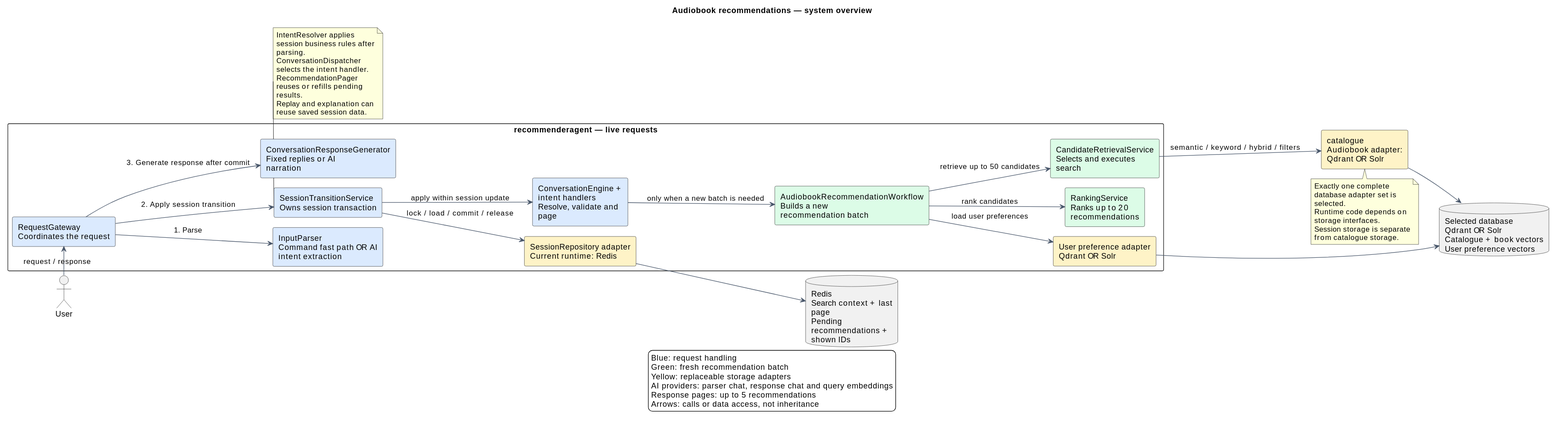
This is docs/diagrams/system-overview.svg from Juliu9/IT-Project, a PlantUML export, as it was before one commit.
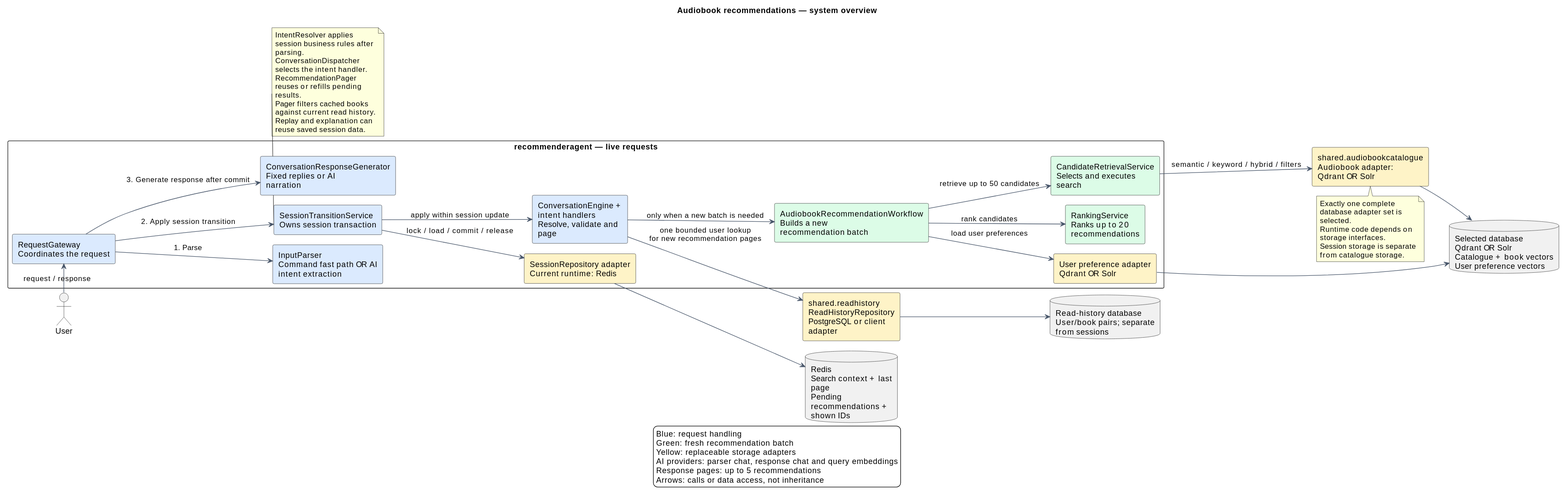
After the change.

The edit, as a diff of the source:
```diff
@@ -23,9 +23,11 @@
   component "User preference adapter\nQdrant OR Solr" as UserAdapter #FEF3C7
   component "SessionRepository adapter\nCurrent runtime: Redis" as SessionStore #FEF3C7
 }
-component "catalogue\nAudiobook adapter: Qdrant OR Solr" as Adapter #FEF3C7
+component "shared.audiobookcatalogue\nAudiobook adapter: Qdrant OR Solr" as Adapter #FEF3C7
+component "shared.readhistory\nReadHistoryRepository\nPostgreSQL or client adapter" as ReadHistory #FEF3C7
 database "Selected database\nQdrant OR Solr\nCatalogue + book vectors\nUser preference vectors" as Qdrant
 database "Redis\nSearch context + last page\nPending recommendations + shown IDs" as Redis
+database "Read-history database\nUser/book pairs; separate from sessions" as HistoryDatabase
 
 User -right-> Gateway : request / response
 Gateway --> Parser : 1. Parse
@@ -33,6 +35,8 @@
 Session --> SessionStore : lock / load / commit / release
 SessionStore --> Redis
 Session --> Engine : apply within session update
+Engine --> ReadHistory : one bounded user lookup\nfor new recommendation pages
+ReadHistory --> HistoryDatabase
 Engine --> Workflow : only when a new batch is needed
 Workflow --> UserAdapter : load user preferences
 UserAdapter --> Qdrant
@@ -46,6 +50,7 @@
   IntentResolver applies session business rules after parsing.
   ConversationDispatcher selects the intent handler.
   RecommendationPager reuses or refills pending results.
+  Pager filters cached books against current read history.
   Replay and explanation can reuse saved session data.
 end note
 note bottom of Adapter
```
